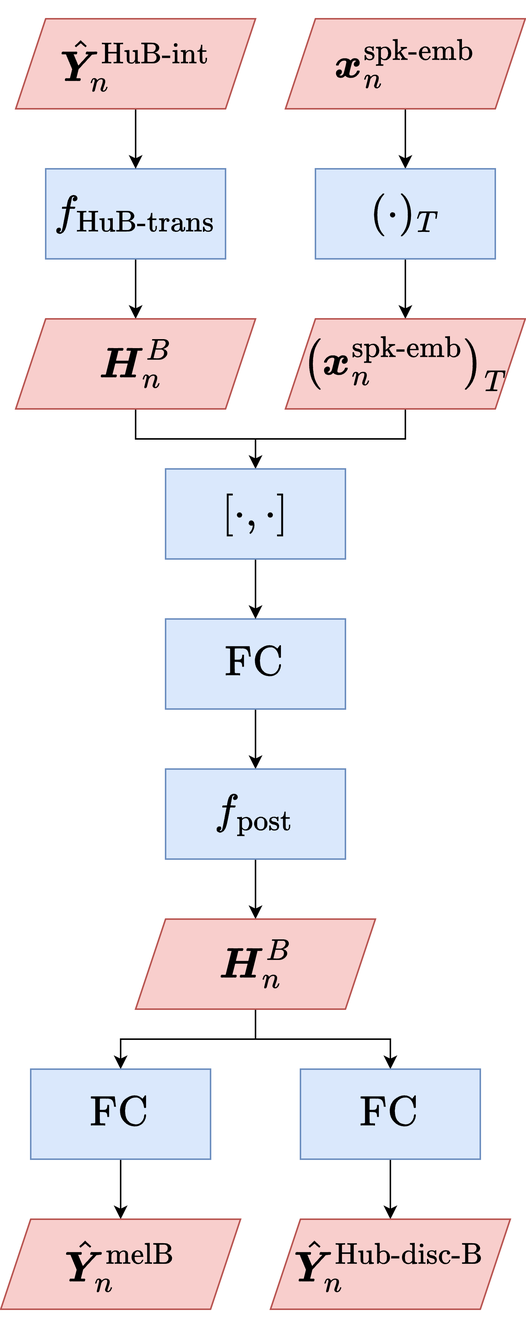
Before: figure/sec4/model_2/networkB.drawio.png, a diagram exported from draw.io (kyushusouth/master_thesis). Source tidied: cells renumbered, new cells last; positions are measured from the earlier drawing's top-left corner, leaving out a move shared by most shapes. Source of this version:
```xml
<mxGraphModel math="1">
  <root>
    <mxCell id="0" />
    <mxCell id="1" parent="0" />
    <mxCell id="2" style="edgeStyle=orthogonalEdgeStyle;rounded=0;jettySize=auto;html=1;exitX=0.5;exitY=1;exitDx=0;exitDy=0;entryX=0.5;entryY=0;entryDx=0;entryDy=0;" parent="1" edge="1" source="3" target="5">
      <mxGeometry relative="1" as="geometry" />
    </mxCell>
    <mxCell id="3" value="$$f_{\text{HuB-trans}}$$" style="rounded=0;whiteSpace=wrap;html=1;fontSize=24;fillColor=#dae8fc;strokeColor=#6c8ebf;" parent="1" vertex="1">
      <mxGeometry x="30" y="100" width="120" height="60" as="geometry" />
    </mxCell>
    <mxCell id="4" style="edgeStyle=orthogonalEdgeStyle;rounded=0;jettySize=auto;html=1;exitX=0.5;exitY=1;exitDx=0;exitDy=0;entryX=0.5;entryY=0;entryDx=0;entryDy=0;" parent="1" edge="1" source="5" target="17">
      <mxGeometry relative="1" as="geometry" />
    </mxCell>
    <mxCell id="5" value="$$\boldsymbol{H}_{n}^{B}$$" style="shape=parallelogram;perimeter=parallelogramPerimeter;whiteSpace=wrap;html=1;fixedSize=1;fontSize=24;fillColor=#f8cecc;strokeColor=#b85450;" parent="1" vertex="1">
      <mxGeometry x="10" y="200" width="160" height="60" as="geometry" />
    </mxCell>
    <mxCell id="6" style="edgeStyle=orthogonalEdgeStyle;rounded=0;jettySize=auto;html=1;exitX=0.5;exitY=1;exitDx=0;exitDy=0;entryX=0.5;entryY=0;entryDx=0;entryDy=0;" parent="1" edge="1" source="7" target="9">
      <mxGeometry relative="1" as="geometry" />
    </mxCell>
    <mxCell id="7" value="$$\boldsymbol{x}_{n}^{\text{spk-emb}}$$" style="shape=parallelogram;perimeter=parallelogramPerimeter;whiteSpace=wrap;html=1;fixedSize=1;fontSize=24;fillColor=#f8cecc;strokeColor=#b85450;" parent="1" vertex="1">
      <mxGeometry x="190" width="160" height="60" as="geometry" />
    </mxCell>
    <mxCell id="8" style="edgeStyle=orthogonalEdgeStyle;rounded=0;jettySize=auto;html=1;exitX=0.5;exitY=1;exitDx=0;exitDy=0;entryX=0.5;entryY=0;entryDx=0;entryDy=0;" parent="1" edge="1" source="9" target="11">
      <mxGeometry relative="1" as="geometry" />
    </mxCell>
    <mxCell id="9" value="$$(\cdot)_{T}$$" style="rounded=0;whiteSpace=wrap;html=1;fontSize=24;fillColor=#dae8fc;strokeColor=#6c8ebf;" parent="1" vertex="1">
      <mxGeometry x="210" y="100" width="120" height="60" as="geometry" />
    </mxCell>
    <mxCell id="10" style="edgeStyle=orthogonalEdgeStyle;rounded=0;jettySize=auto;html=1;exitX=0.5;exitY=1;exitDx=0;exitDy=0;entryX=0.5;entryY=0;entryDx=0;entryDy=0;" parent="1" edge="1" source="11" target="17">
      <mxGeometry relative="1" as="geometry" />
    </mxCell>
    <mxCell id="11" value="$$\left(\boldsymbol{x}_{n}^{\text{spk-emb}}\right)_{T}$$" style="shape=parallelogram;perimeter=parallelogramPerimeter;whiteSpace=wrap;html=1;fixedSize=1;fontSize=24;fillColor=#f8cecc;strokeColor=#b85450;" parent="1" vertex="1">
      <mxGeometry x="190" y="200" width="160" height="60" as="geometry" />
    </mxCell>
    <mxCell id="12" style="edgeStyle=orthogonalEdgeStyle;rounded=0;jettySize=auto;html=1;exitX=0.5;exitY=1;exitDx=0;exitDy=0;entryX=0.5;entryY=0;entryDx=0;entryDy=0;" parent="1" edge="1" source="13" target="3">
      <mxGeometry relative="1" as="geometry" />
    </mxCell>
    <mxCell id="13" value="$$\hat{\boldsymbol{Y}}_{n}^{\text{HuB-int}}$$" style="shape=parallelogram;perimeter=parallelogramPerimeter;whiteSpace=wrap;html=1;fixedSize=1;fontSize=24;fillColor=#f8cecc;strokeColor=#b85450;" parent="1" vertex="1">
      <mxGeometry x="10" width="160" height="60" as="geometry" />
    </mxCell>
    <mxCell id="14" style="edgeStyle=orthogonalEdgeStyle;rounded=0;jettySize=auto;html=1;exitX=0.5;exitY=1;exitDx=0;exitDy=0;entryX=0.5;entryY=0;entryDx=0;entryDy=0;" parent="1" edge="1" source="15" target="19">
      <mxGeometry relative="1" as="geometry" />
    </mxCell>
    <mxCell id="15" value="$$\text{FC}$$" style="rounded=0;whiteSpace=wrap;html=1;fontSize=24;fillColor=#dae8fc;strokeColor=#6c8ebf;" parent="1" vertex="1">
      <mxGeometry x="110" y="400" width="120" height="60" as="geometry" />
    </mxCell>
    <mxCell id="16" style="edgeStyle=orthogonalEdgeStyle;rounded=0;jettySize=auto;html=1;exitX=0.5;exitY=1;exitDx=0;exitDy=0;entryX=0.5;entryY=0;entryDx=0;entryDy=0;" parent="1" edge="1" source="17" target="15">
      <mxGeometry relative="1" as="geometry" />
    </mxCell>
    <mxCell id="17" value="$$[\cdot, \cdot]$$" style="rounded=0;whiteSpace=wrap;html=1;fontSize=24;fillColor=#dae8fc;strokeColor=#6c8ebf;" parent="1" vertex="1">
      <mxGeometry x="110" y="300" width="120" height="60" as="geometry" />
    </mxCell>
    <mxCell id="18" style="edgeStyle=orthogonalEdgeStyle;rounded=0;jettySize=auto;html=1;exitX=0.5;exitY=1;exitDx=0;exitDy=0;entryX=0.5;entryY=0;entryDx=0;entryDy=0;" parent="1" edge="1" source="19" target="22">
      <mxGeometry relative="1" as="geometry" />
    </mxCell>
    <mxCell id="19" value="$$f_{\text{post}}$$" style="rounded=0;whiteSpace=wrap;html=1;fontSize=24;fillColor=#dae8fc;strokeColor=#6c8ebf;" parent="1" vertex="1">
      <mxGeometry x="110" y="500" width="120" height="60" as="geometry" />
    </mxCell>
    <mxCell id="20" style="edgeStyle=orthogonalEdgeStyle;rounded=0;jettySize=auto;html=1;exitX=0.5;exitY=1;exitDx=0;exitDy=0;entryX=0.5;entryY=0;entryDx=0;entryDy=0;" parent="1" edge="1" source="22" target="24">
      <mxGeometry relative="1" as="geometry" />
    </mxCell>
    <mxCell id="21" style="edgeStyle=orthogonalEdgeStyle;rounded=0;jettySize=auto;html=1;exitX=0.5;exitY=1;exitDx=0;exitDy=0;entryX=0.5;entryY=0;entryDx=0;entryDy=0;" parent="1" edge="1" source="22" target="26">
      <mxGeometry relative="1" as="geometry" />
    </mxCell>
    <mxCell id="22" value="$$\boldsymbol{H}_{n}^{B}$$" style="shape=parallelogram;perimeter=parallelogramPerimeter;whiteSpace=wrap;html=1;fixedSize=1;fontSize=24;fillColor=#f8cecc;strokeColor=#b85450;" parent="1" vertex="1">
      <mxGeometry x="90" y="600" width="160" height="60" as="geometry" />
    </mxCell>
    <mxCell id="23" style="edgeStyle=orthogonalEdgeStyle;rounded=0;jettySize=auto;html=1;exitX=0.5;exitY=1;exitDx=0;exitDy=0;entryX=0.5;entryY=0;entryDx=0;entryDy=0;" parent="1" edge="1" source="24" target="27">
      <mxGeometry relative="1" as="geometry" />
    </mxCell>
    <mxCell id="24" value="$$\text{FC}$$" style="rounded=0;whiteSpace=wrap;html=1;fontSize=24;fillColor=#dae8fc;strokeColor=#6c8ebf;" parent="1" vertex="1">
      <mxGeometry x="20" y="700" width="120" height="60" as="geometry" />
    </mxCell>
    <mxCell id="25" style="edgeStyle=orthogonalEdgeStyle;rounded=0;jettySize=auto;html=1;exitX=0.5;exitY=1;exitDx=0;exitDy=0;entryX=0.5;entryY=0;entryDx=0;entryDy=0;" parent="1" edge="1" source="26" target="28">
      <mxGeometry relative="1" as="geometry" />
    </mxCell>
    <mxCell id="26" value="$$\text{FC}$$" style="rounded=0;whiteSpace=wrap;html=1;fontSize=24;fillColor=#dae8fc;strokeColor=#6c8ebf;" parent="1" vertex="1">
      <mxGeometry x="200" y="700" width="120" height="60" as="geometry" />
    </mxCell>
    <mxCell id="27" value="$$\hat{\boldsymbol{Y}}_{n}^{\text{melB}}$$" style="shape=parallelogram;perimeter=parallelogramPerimeter;whiteSpace=wrap;html=1;fixedSize=1;fontSize=24;fillColor=#f8cecc;strokeColor=#b85450;" parent="1" vertex="1">
      <mxGeometry y="800" width="160" height="60" as="geometry" />
    </mxCell>
    <mxCell id="28" value="$$\hat{\boldsymbol{Y}}_{n}^{\text{Hub-disc-B}}$$" style="shape=parallelogram;perimeter=parallelogramPerimeter;whiteSpace=wrap;html=1;fixedSize=1;fontSize=24;fillColor=#f8cecc;strokeColor=#b85450;" parent="1" vertex="1">
      <mxGeometry x="180" y="800" width="160" height="60" as="geometry" />
    </mxCell>
  </root>
</mxGraphModel>
```
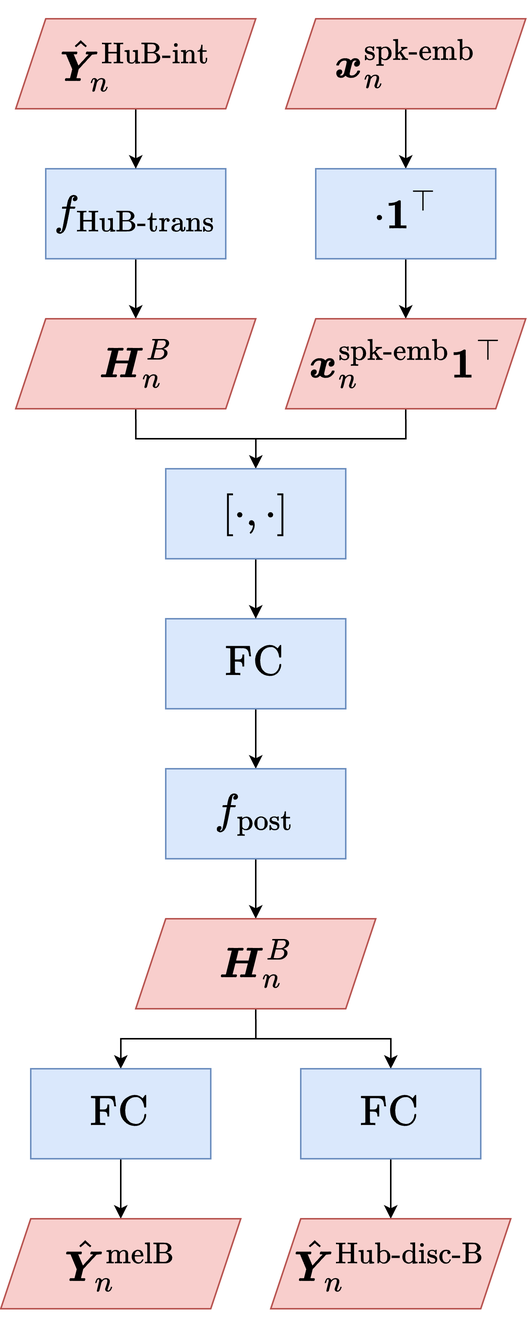
The same diagram one commit later.

Change to the diagram source:
```diff
@@ -23,13 +23,13 @@
     <mxCell id="8" style="edgeStyle=orthogonalEdgeStyle;rounded=0;jettySize=auto;html=1;exitX=0.5;exitY=1;exitDx=0;exitDy=0;entryX=0.5;entryY=0;entryDx=0;entryDy=0;" parent="1" edge="1" source="9" target="11">
       <mxGeometry relative="1" as="geometry" />
     </mxCell>
-    <mxCell id="9" value="$$(\cdot)_{T}$$" style="rounded=0;whiteSpace=wrap;html=1;fontSize=24;fillColor=#dae8fc;strokeColor=#6c8ebf;" parent="1" vertex="1">
+    <mxCell id="9" value="$$\cdot \boldsymbol{1}^{\top}$$" style="rounded=0;whiteSpace=wrap;html=1;fontSize=24;fillColor=#dae8fc;strokeColor=#6c8ebf;" parent="1" vertex="1">
       <mxGeometry x="210" y="100" width="120" height="60" as="geometry" />
     </mxCell>
     <mxCell id="10" style="edgeStyle=orthogonalEdgeStyle;rounded=0;jettySize=auto;html=1;exitX=0.5;exitY=1;exitDx=0;exitDy=0;entryX=0.5;entryY=0;entryDx=0;entryDy=0;" parent="1" edge="1" source="11" target="17">
       <mxGeometry relative="1" as="geometry" />
     </mxCell>
-    <mxCell id="11" value="$$\left(\boldsymbol{x}_{n}^{\text{spk-emb}}\right)_{T}$$" style="shape=parallelogram;perimeter=parallelogramPerimeter;whiteSpace=wrap;html=1;fixedSize=1;fontSize=24;fillColor=#f8cecc;strokeColor=#b85450;" parent="1" vertex="1">
+    <mxCell id="11" value="$$\boldsymbol{x}_{n}^{\text{spk-emb}} \boldsymbol{1}^{\top}$$" style="shape=parallelogram;perimeter=parallelogramPerimeter;whiteSpace=wrap;html=1;fixedSize=1;fontSize=24;fillColor=#f8cecc;strokeColor=#b85450;" parent="1" vertex="1">
       <mxGeometry x="190" y="200" width="160" height="60" as="geometry" />
     </mxCell>
     <mxCell id="12" style="edgeStyle=orthogonalEdgeStyle;rounded=0;jettySize=auto;html=1;exitX=0.5;exitY=1;exitDx=0;exitDy=0;entryX=0.5;entryY=0;entryDx=0;entryDy=0;" parent="1" edge="1" source="13" target="3">
```
